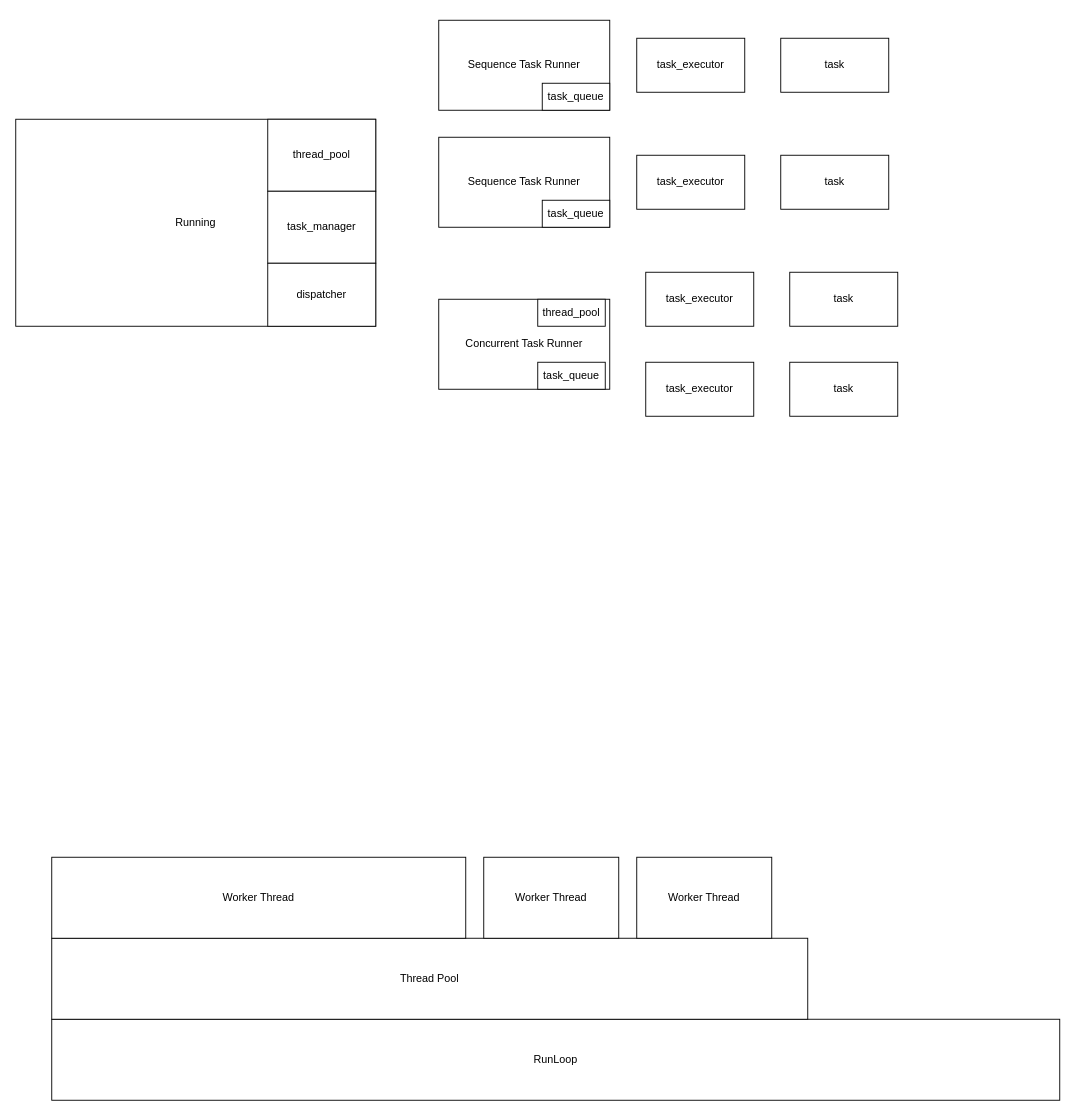
Before: page "arch" (2 of 2) of doc/task_runner.drawio in ISSuh/task_runner, a draw.io diagram. Source tidied: cells renumbered, new cells numbered last; positions are measured from the earlier drawing's top-left corner, leaving out a move shared by most shapes. Both pictures are drawn from the tidied source at 90%, with x=0, y=0 at pixel (15, 20).
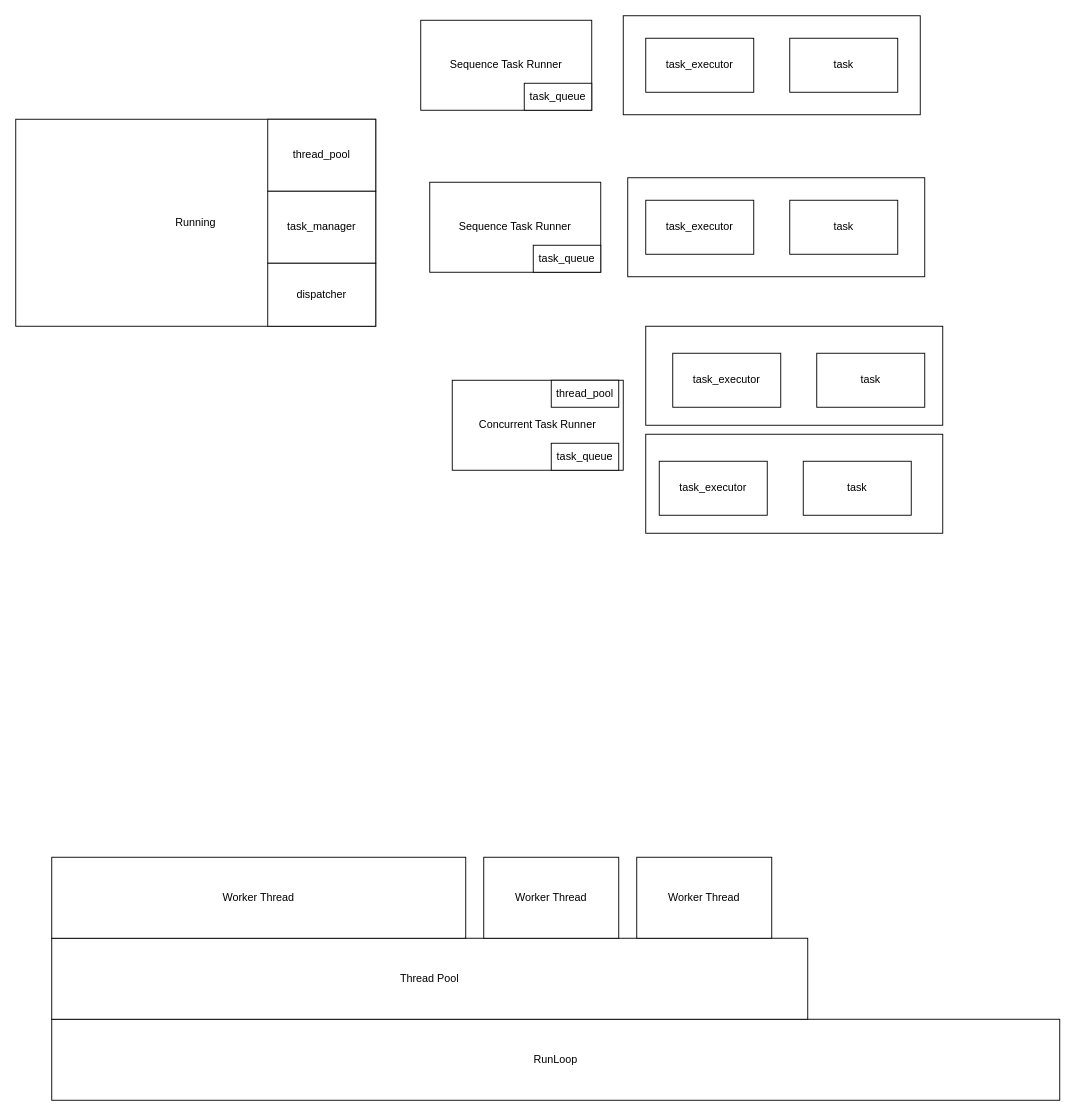
The same diagram, later.

Change to the diagram source:
```diff
@@
+    <mxCell id="26" style="rounded=0;whiteSpace=wrap;html=1;" parent="1" vertex="1">
+      <mxGeometry x="700" y="460" width="330" height="110" as="geometry" />
+    </mxCell>
+    <mxCell id="27" style="rounded=0;whiteSpace=wrap;html=1;" parent="1" vertex="1">
+      <mxGeometry x="700" y="340" width="330" height="110" as="geometry" />
+    </mxCell>
+    <mxCell id="28" style="rounded=0;whiteSpace=wrap;html=1;" parent="1" vertex="1">
+      <mxGeometry x="680" y="175" width="330" height="110" as="geometry" />
+    </mxCell>
+    <mxCell id="29" style="rounded=0;whiteSpace=wrap;html=1;" parent="1" vertex="1">
+      <mxGeometry x="675" y="-5" width="330" height="110" as="geometry" />
+    </mxCell>
     <mxCell id="2" value="Sequence Task Runner" style="rounded=0;whiteSpace=wrap;html=1;" parent="1" vertex="1">
-      <mxGeometry x="470" y="130" width="190" height="100" as="geometry" />
+      <mxGeometry x="460" y="180" width="190" height="100" as="geometry" />
     </mxCell>
@@
     <mxCell id="6" value="task" style="rounded=0;whiteSpace=wrap;html=1;" parent="1" vertex="1">
-      <mxGeometry x="850" y="150" width="120" height="60" as="geometry" />
+      <mxGeometry x="860" y="200" width="120" height="60" as="geometry" />
     </mxCell>
     <mxCell id="7" value="task_executor" style="rounded=0;whiteSpace=wrap;html=1;" parent="1" vertex="1">
-      <mxGeometry x="690" y="150" width="120" height="60" as="geometry" />
+      <mxGeometry x="700" y="200" width="120" height="60" as="geometry" />
     </mxCell>
     <mxCell id="8" value="task_queue" style="rounded=0;whiteSpace=wrap;html=1;" parent="1" vertex="1">
-      <mxGeometry x="585" y="200" width="75" height="30" as="geometry" />
+      <mxGeometry x="575" y="250" width="75" height="30" as="geometry" />
     </mxCell>
@@
     <mxCell id="15" value="Concurrent Task Runner" style="rounded=0;whiteSpace=wrap;html=1;" parent="1" vertex="1">
-      <mxGeometry x="470" y="310" width="190" height="100" as="geometry" />
+      <mxGeometry x="485" y="400" width="190" height="100" as="geometry" />
     </mxCell>
     <mxCell id="16" value="task_queue" style="rounded=0;whiteSpace=wrap;html=1;" parent="1" vertex="1">
-      <mxGeometry x="580" y="380" width="75" height="30" as="geometry" />
+      <mxGeometry x="595" y="470" width="75" height="30" as="geometry" />
     </mxCell>
     <mxCell id="17" value="thread_pool" style="rounded=0;whiteSpace=wrap;html=1;" parent="1" vertex="1">
-      <mxGeometry x="580" y="310" width="75" height="30" as="geometry" />
+      <mxGeometry x="595" y="400" width="75" height="30" as="geometry" />
     </mxCell>
     <mxCell id="18" value="task" style="rounded=0;whiteSpace=wrap;html=1;" parent="1" vertex="1">
-      <mxGeometry x="860" y="280" width="120" height="60" as="geometry" />
+      <mxGeometry x="890" y="370" width="120" height="60" as="geometry" />
     </mxCell>
     <mxCell id="19" value="task" style="rounded=0;whiteSpace=wrap;html=1;" parent="1" vertex="1">
-      <mxGeometry x="860" y="380" width="120" height="60" as="geometry" />
+      <mxGeometry x="875" y="490" width="120" height="60" as="geometry" />
     </mxCell>
     <mxCell id="20" value="task_executor" style="rounded=0;whiteSpace=wrap;html=1;" parent="1" vertex="1">
-      <mxGeometry x="700" y="280" width="120" height="60" as="geometry" />
+      <mxGeometry x="730" y="370" width="120" height="60" as="geometry" />
     </mxCell>
     <mxCell id="21" value="task_executor" style="rounded=0;whiteSpace=wrap;html=1;" parent="1" vertex="1">
-      <mxGeometry x="700" y="380" width="120" height="60" as="geometry" />
+      <mxGeometry x="715" y="490" width="120" height="60" as="geometry" />
     </mxCell>
     <mxCell id="22" value="Sequence Task Runner" style="rounded=0;whiteSpace=wrap;html=1;" parent="1" vertex="1">
-      <mxGeometry x="470" width="190" height="100" as="geometry" />
+      <mxGeometry x="450" width="190" height="100" as="geometry" />
     </mxCell>
     <mxCell id="23" value="task" style="rounded=0;whiteSpace=wrap;html=1;" parent="1" vertex="1">
-      <mxGeometry x="850" y="20" width="120" height="60" as="geometry" />
+      <mxGeometry x="860" y="20" width="120" height="60" as="geometry" />
     </mxCell>
     <mxCell id="24" value="task_executor" style="rounded=0;whiteSpace=wrap;html=1;" parent="1" vertex="1">
-      <mxGeometry x="690" y="20" width="120" height="60" as="geometry" />
+      <mxGeometry x="700" y="20" width="120" height="60" as="geometry" />
     </mxCell>
     <mxCell id="25" value="task_queue" style="rounded=0;whiteSpace=wrap;html=1;" parent="1" vertex="1">
-      <mxGeometry x="585" y="70" width="75" height="30" as="geometry" />
+      <mxGeometry x="565" y="70" width="75" height="30" as="geometry" />
     </mxCell>
```
